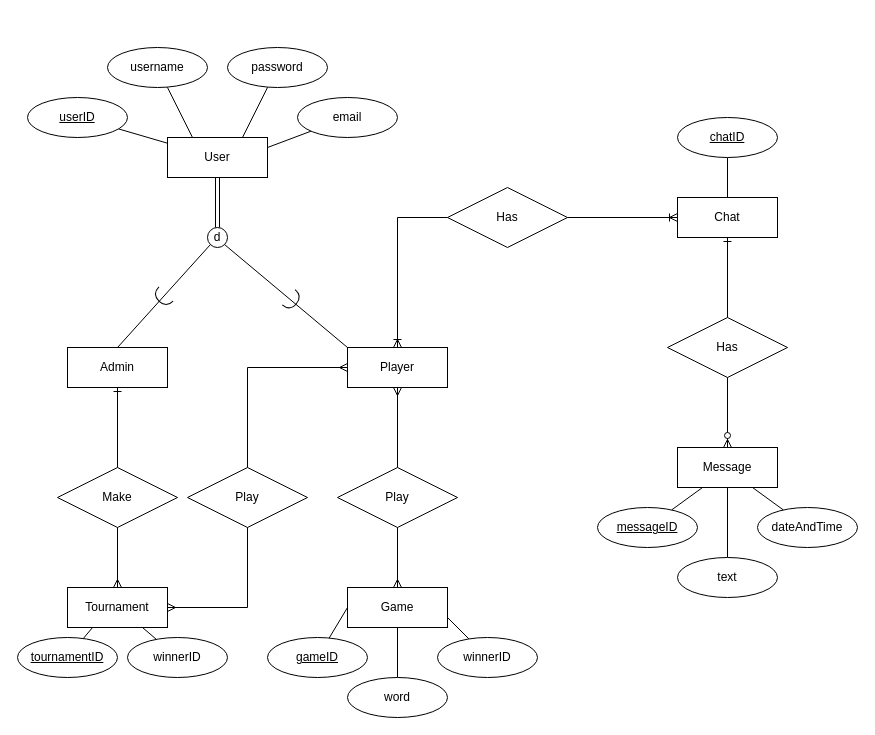
The draw.io diagram Design/ERD.drawio in mazenhesham17/wordle-friends, before the edit. Source tidied: cells renumbered, new cells numbered last; positions are measured from the earlier drawing's top-left corner, leaving out a move shared by most shapes. Both pictures are drawn from the tidied source at 100%, with x=0, y=0 at pixel (17, 47).
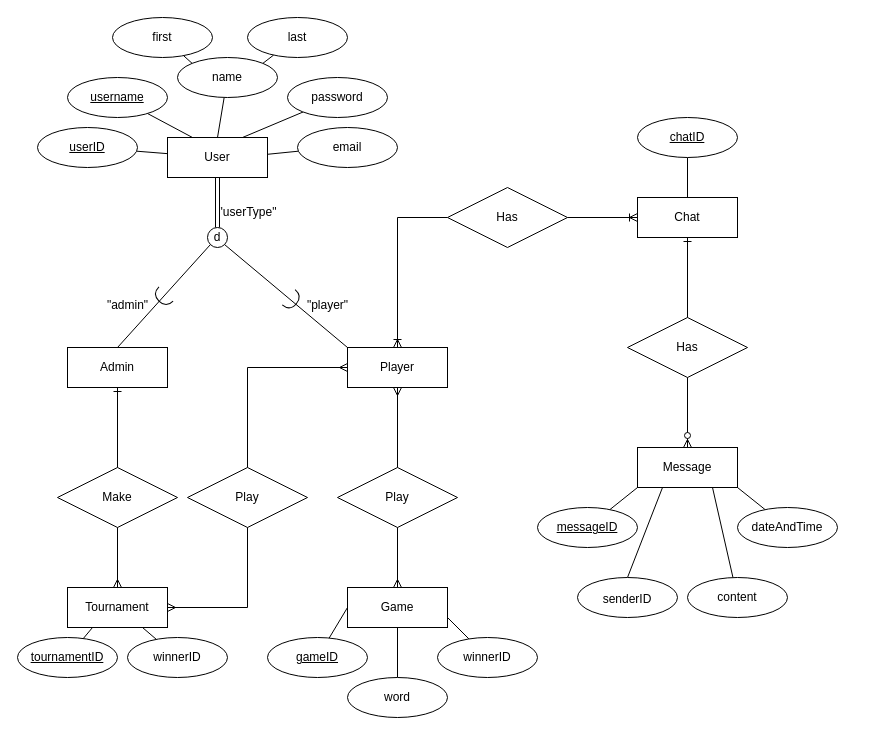
Above is the later version.

The change refers to these unchanged cells:
```xml
<mxCell id="2" value="&lt;div&gt;User&lt;/div&gt;" style="whiteSpace=wrap;html=1;align=center;" parent="1" vertex="1">
  <mxGeometry x="150" y="90" width="100" height="40" as="geometry" />
</mxCell>
```

Diff of the diagram source:
```diff
@@
-    <mxCell id="4" value="username" style="ellipse;whiteSpace=wrap;html=1;align=center;" parent="1" vertex="1">
-      <mxGeometry x="90" width="100" height="40" as="geometry" />
+    <mxCell id="4" value="username" style="ellipse;whiteSpace=wrap;html=1;align=center;fontStyle=4;" parent="1" vertex="1">
+      <mxGeometry x="50" y="30" width="100" height="40" as="geometry" />
     </mxCell>
@@
     <mxCell id="6" value="&lt;div&gt;password&lt;/div&gt;" style="ellipse;whiteSpace=wrap;html=1;align=center;" parent="1" vertex="1">
-      <mxGeometry x="210" width="100" height="40" as="geometry" />
+      <mxGeometry x="270" y="30" width="100" height="40" as="geometry" />
     </mxCell>
-    <mxCell id="7" style="rounded=0;jettySize=auto;html=1;entryX=1;entryY=0.25;entryDx=0;entryDy=0;endArrow=none;endFill=0;" parent="1" edge="1" source="8" target="2">
+    <mxCell id="7" style="rounded=0;jettySize=auto;html=1;entryX=0.996;entryY=0.421;entryDx=0;entryDy=0;endArrow=none;endFill=0;entryPerimeter=0;" parent="1" edge="1" source="8" target="2">
       <mxGeometry relative="1" as="geometry" />
     </mxCell>
     <mxCell id="8" value="email" style="ellipse;whiteSpace=wrap;html=1;align=center;" parent="1" vertex="1">
-      <mxGeometry x="280" y="50" width="100" height="40" as="geometry" />
+      <mxGeometry x="280" y="80" width="100" height="40" as="geometry" />
     </mxCell>
@@
     <mxCell id="10" value="&lt;div&gt;userID&lt;/div&gt;" style="ellipse;whiteSpace=wrap;html=1;align=center;fontStyle=4;" parent="1" vertex="1">
-      <mxGeometry x="10" y="50" width="100" height="40" as="geometry" />
+      <mxGeometry x="20" y="80" width="100" height="40" as="geometry" />
     </mxCell>
@@
     <mxCell id="15" value="Chat" style="whiteSpace=wrap;html=1;align=center;" parent="1" vertex="1">
-      <mxGeometry x="660" y="150" width="100" height="40" as="geometry" />
+      <mxGeometry x="620" y="150" width="100" height="40" as="geometry" />
     </mxCell>
     <mxCell id="16" value="Message" style="whiteSpace=wrap;html=1;align=center;" parent="1" vertex="1">
-      <mxGeometry x="660" y="400" width="100" height="40" as="geometry" />
+      <mxGeometry x="620" y="400" width="100" height="40" as="geometry" />
     </mxCell>
@@
-    <mxCell id="26" style="rounded=0;jettySize=auto;html=1;entryX=0.25;entryY=1;entryDx=0;entryDy=0;endArrow=none;endFill=0;" parent="1" edge="1" source="27" target="16">
+    <mxCell id="26" style="rounded=0;jettySize=auto;html=1;entryX=0;entryY=1;entryDx=0;entryDy=0;endArrow=none;endFill=0;" parent="1" edge="1" source="27" target="16">
       <mxGeometry relative="1" as="geometry" />
     </mxCell>
     <mxCell id="27" value="messageID" style="ellipse;whiteSpace=wrap;html=1;align=center;fontStyle=4;" parent="1" vertex="1">
-      <mxGeometry x="580" y="460" width="100" height="40" as="geometry" />
+      <mxGeometry x="520" y="460" width="100" height="40" as="geometry" />
     </mxCell>
-    <mxCell id="28" style="rounded=0;jettySize=auto;html=1;entryX=0.5;entryY=1;entryDx=0;entryDy=0;endArrow=none;endFill=0;" parent="1" edge="1" source="29" target="16">
+    <mxCell id="28" style="rounded=0;jettySize=auto;html=1;entryX=0.75;entryY=1;entryDx=0;entryDy=0;endArrow=none;endFill=0;" parent="1" edge="1" source="29" target="16">
       <mxGeometry relative="1" as="geometry" />
     </mxCell>
-    <mxCell id="29" value="text" style="ellipse;whiteSpace=wrap;html=1;align=center;" parent="1" vertex="1">
-      <mxGeometry x="660" y="510" width="100" height="40" as="geometry" />
+    <mxCell id="29" value="content" style="ellipse;whiteSpace=wrap;html=1;align=center;" parent="1" vertex="1">
+      <mxGeometry x="670" y="530" width="100" height="40" as="geometry" />
     </mxCell>
-    <mxCell id="30" style="rounded=0;jettySize=auto;html=1;entryX=0.75;entryY=1;entryDx=0;entryDy=0;endArrow=none;endFill=0;" parent="1" edge="1" source="31" target="16">
+    <mxCell id="30" style="rounded=0;jettySize=auto;html=1;entryX=1;entryY=1;entryDx=0;entryDy=0;endArrow=none;endFill=0;" parent="1" edge="1" source="31" target="16">
       <mxGeometry relative="1" as="geometry" />
     </mxCell>
     <mxCell id="31" value="&lt;div&gt;dateAndTime&lt;/div&gt;" style="ellipse;whiteSpace=wrap;html=1;align=center;" parent="1" vertex="1">
-      <mxGeometry x="740" y="460" width="100" height="40" as="geometry" />
+      <mxGeometry x="720" y="460" width="100" height="40" as="geometry" />
     </mxCell>
@@
     <mxCell id="34" value="chatID" style="ellipse;whiteSpace=wrap;html=1;align=center;fontStyle=4;" parent="1" vertex="1">
-      <mxGeometry x="660" y="70" width="100" height="40" as="geometry" />
+      <mxGeometry x="620" y="70" width="100" height="40" as="geometry" />
     </mxCell>
@@
     <mxCell id="36" value="Has" style="shape=rhombus;perimeter=rhombusPerimeter;whiteSpace=wrap;html=1;align=center;" parent="1" vertex="1">
-      <mxGeometry x="650" y="270" width="120" height="60" as="geometry" />
+      <mxGeometry x="610" y="270" width="120" height="60" as="geometry" />
     </mxCell>
@@
+    <mxCell id="57" value="&quot;userType&quot;" style="text;html=1;align=center;verticalAlign=middle;strokeColor=none;fillColor=none;" parent="1" vertex="1">
+      <mxGeometry x="190" y="150" width="80" height="30" as="geometry" />
+    </mxCell>
+    <mxCell id="58" value="&quot;player&quot;" style="text;html=1;align=center;verticalAlign=middle;strokeColor=none;fillColor=none;" parent="1" vertex="1">
+      <mxGeometry x="280" y="243" width="60" height="30" as="geometry" />
+    </mxCell>
+    <mxCell id="59" value="&quot;admin&quot;" style="text;html=1;align=center;verticalAlign=middle;strokeColor=none;fillColor=none;" parent="1" vertex="1">
+      <mxGeometry x="80" y="243" width="60" height="30" as="geometry" />
+    </mxCell>
+    <mxCell id="60" style="rounded=0;jettySize=auto;html=1;entryX=0.5;entryY=0;entryDx=0;entryDy=0;endArrow=none;endFill=0;" parent="1" edge="1" source="61" target="2">
+      <mxGeometry relative="1" as="geometry" />
+    </mxCell>
+    <mxCell id="61" value="name" style="ellipse;whiteSpace=wrap;html=1;align=center;" parent="1" vertex="1">
+      <mxGeometry x="160" y="10" width="100" height="40" as="geometry" />
+    </mxCell>
+    <mxCell id="62" style="rounded=0;jettySize=auto;html=1;entryX=0;entryY=0;entryDx=0;entryDy=0;endArrow=none;endFill=0;" parent="1" edge="1" source="63" target="61">
+      <mxGeometry relative="1" as="geometry" />
+    </mxCell>
+    <mxCell id="63" value="first" style="ellipse;whiteSpace=wrap;html=1;align=center;" parent="1" vertex="1">
+      <mxGeometry x="95" y="-30" width="100" height="40" as="geometry" />
+    </mxCell>
+    <mxCell id="64" style="rounded=0;jettySize=auto;html=1;entryX=1;entryY=0;entryDx=0;entryDy=0;endArrow=none;endFill=0;" parent="1" edge="1" source="65" target="61">
+      <mxGeometry relative="1" as="geometry" />
+    </mxCell>
+    <mxCell id="65" value="last" style="ellipse;whiteSpace=wrap;html=1;align=center;" parent="1" vertex="1">
+      <mxGeometry x="230" y="-30" width="100" height="40" as="geometry" />
+    </mxCell>
+    <mxCell id="66" style="rounded=0;jettySize=auto;html=1;exitX=0.5;exitY=0;exitDx=0;exitDy=0;entryX=0.25;entryY=1;entryDx=0;entryDy=0;fontSize=12;startSize=8;endSize=8;endArrow=none;endFill=0;" parent="1" edge="1" source="67" target="16">
+      <mxGeometry relative="1" as="geometry" />
+    </mxCell>
+    <mxCell id="67" value="&lt;font style=&quot;font-size: 12px;&quot;&gt;senderID&lt;/font&gt;" style="ellipse;whiteSpace=wrap;html=1;align=center;fontSize=16;" parent="1" vertex="1">
+      <mxGeometry x="560" y="530" width="100" height="40" as="geometry" />
+    </mxCell>
```
